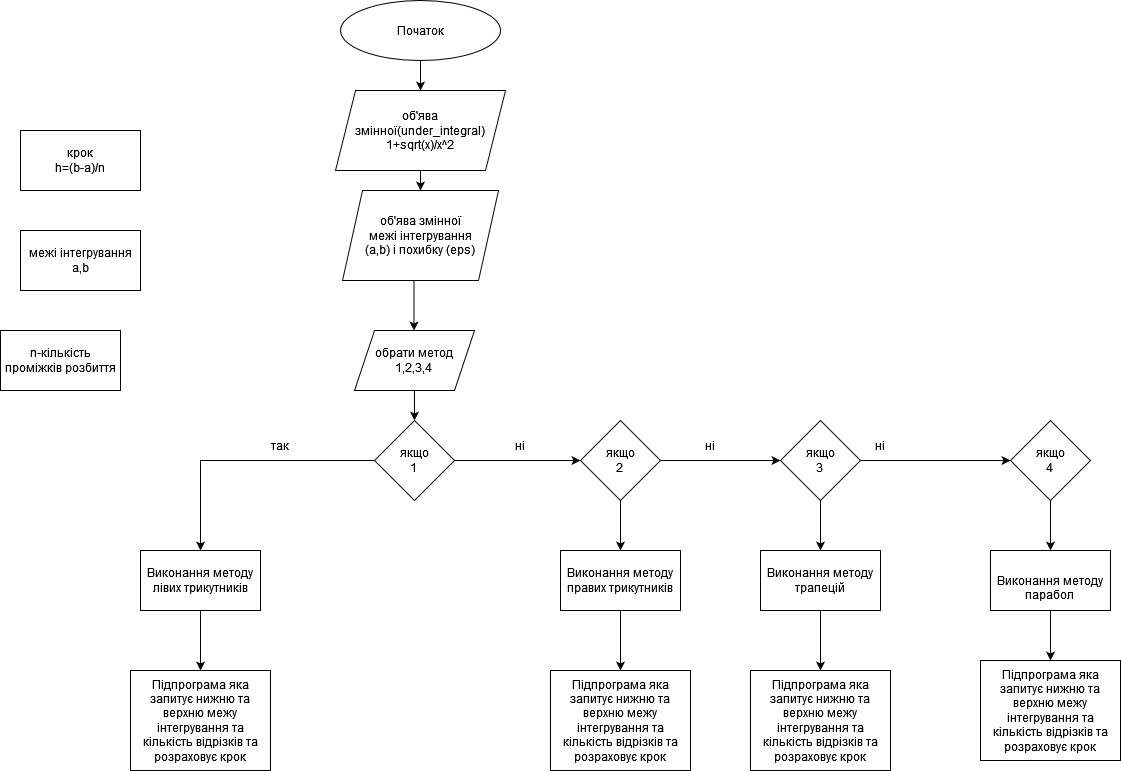
This is Луцкевич_Володимир_РЕ-12_Схема_.drawio.png from VolodymyrLutskevych-PE-12/Lab_2_Volodymyr-Lutskevych_PE-12_-1-, a draw.io export, as it was before one commit. Source tidied: cells renumbered, new cells last; positions are measured from the earlier drawing's top-left corner, leaving out a move shared by most shapes.
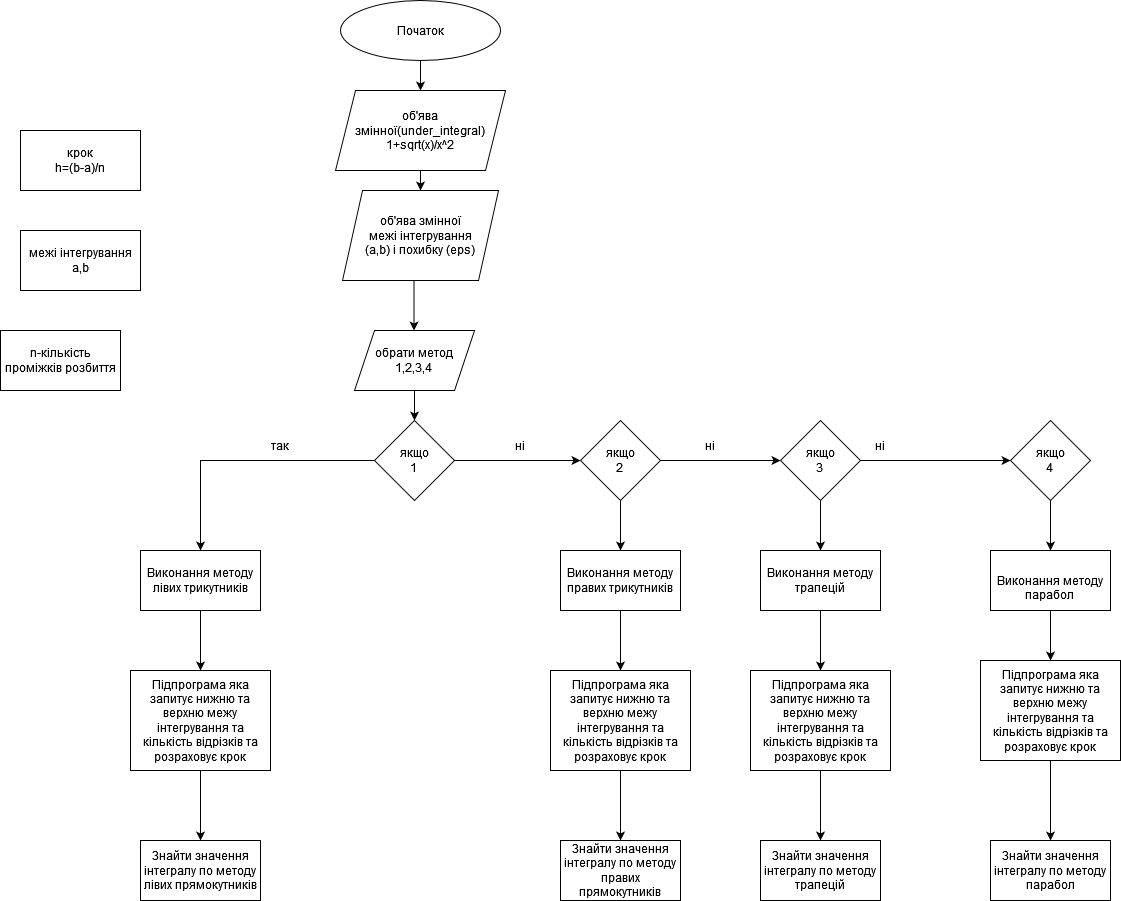
Later version of the same file.

Change to the diagram source:
```diff
@@ -109,17 +109,41 @@
     <mxCell id="35" value="&lt;br&gt;Виконання методу парабол&lt;br&gt;" style="rounded=0;whiteSpace=wrap;html=1;" parent="1" vertex="1">
       <mxGeometry x="990" y="550" width="120" height="60" as="geometry" />
     </mxCell>
+    <mxCell id="40" style="edgeStyle=orthogonalEdgeStyle;rounded=0;jettySize=auto;html=1;exitX=0.5;exitY=1;exitDx=0;exitDy=0;" parent="1" edge="1" source="36" target="44">
+      <mxGeometry relative="1" as="geometry" />
+    </mxCell>
     <mxCell id="36" value="Підпрограма яка запитує нижню та верхню межу інтегрування та кількість відрізків та розраховує крок" style="rounded=0;whiteSpace=wrap;html=1;" parent="1" vertex="1">
       <mxGeometry x="130" y="670" width="140" height="100" as="geometry" />
     </mxCell>
+    <mxCell id="41" style="edgeStyle=orthogonalEdgeStyle;rounded=0;jettySize=auto;html=1;exitX=0.5;exitY=1;exitDx=0;exitDy=0;entryX=0.5;entryY=0;entryDx=0;entryDy=0;" parent="1" edge="1" source="37" target="45">
+      <mxGeometry relative="1" as="geometry" />
+    </mxCell>
     <mxCell id="37" value="Підпрограма яка запитує нижню та верхню межу інтегрування та кількість відрізків та розраховує крок" style="rounded=0;whiteSpace=wrap;html=1;" parent="1" vertex="1">
       <mxGeometry x="550" y="670" width="140" height="100" as="geometry" />
     </mxCell>
+    <mxCell id="42" style="edgeStyle=orthogonalEdgeStyle;rounded=0;jettySize=auto;html=1;exitX=0.5;exitY=1;exitDx=0;exitDy=0;" parent="1" edge="1" source="38" target="46">
+      <mxGeometry relative="1" as="geometry" />
+    </mxCell>
     <mxCell id="38" value="Підпрограма яка запитує нижню та верхню межу інтегрування та кількість відрізків та розраховує крок" style="rounded=0;whiteSpace=wrap;html=1;" parent="1" vertex="1">
       <mxGeometry x="750" y="670" width="140" height="100" as="geometry" />
     </mxCell>
+    <mxCell id="43" style="edgeStyle=orthogonalEdgeStyle;rounded=0;jettySize=auto;html=1;exitX=0.5;exitY=1;exitDx=0;exitDy=0;" parent="1" edge="1" source="39" target="47">
+      <mxGeometry relative="1" as="geometry" />
+    </mxCell>
     <mxCell id="39" value="Підпрограма яка запитує нижню та верхню межу інтегрування та кількість відрізків та розраховує крок" style="rounded=0;whiteSpace=wrap;html=1;" parent="1" vertex="1">
       <mxGeometry x="980" y="660" width="140" height="100" as="geometry" />
     </mxCell>
+    <mxCell id="44" value="Знайти значення інтегралу по методу лівих прямокутників " style="rounded=0;whiteSpace=wrap;html=1;" parent="1" vertex="1">
+      <mxGeometry x="140" y="840" width="120" height="60" as="geometry" />
+    </mxCell>
+    <mxCell id="45" value="Знайти значення інтегралу по методу правих прямокутників " style="rounded=0;whiteSpace=wrap;html=1;" parent="1" vertex="1">
+      <mxGeometry x="560" y="840" width="120" height="60" as="geometry" />
+    </mxCell>
+    <mxCell id="46" value="Знайти значення інтегралу по методу трапецій" style="rounded=0;whiteSpace=wrap;html=1;" parent="1" vertex="1">
+      <mxGeometry x="760" y="840" width="120" height="60" as="geometry" />
+    </mxCell>
+    <mxCell id="47" value="Знайти значення інтегралу по методу парабол" style="rounded=0;whiteSpace=wrap;html=1;" parent="1" vertex="1">
+      <mxGeometry x="990" y="840" width="120" height="60" as="geometry" />
+    </mxCell>
   </root>
 </mxGraphModel>
```
